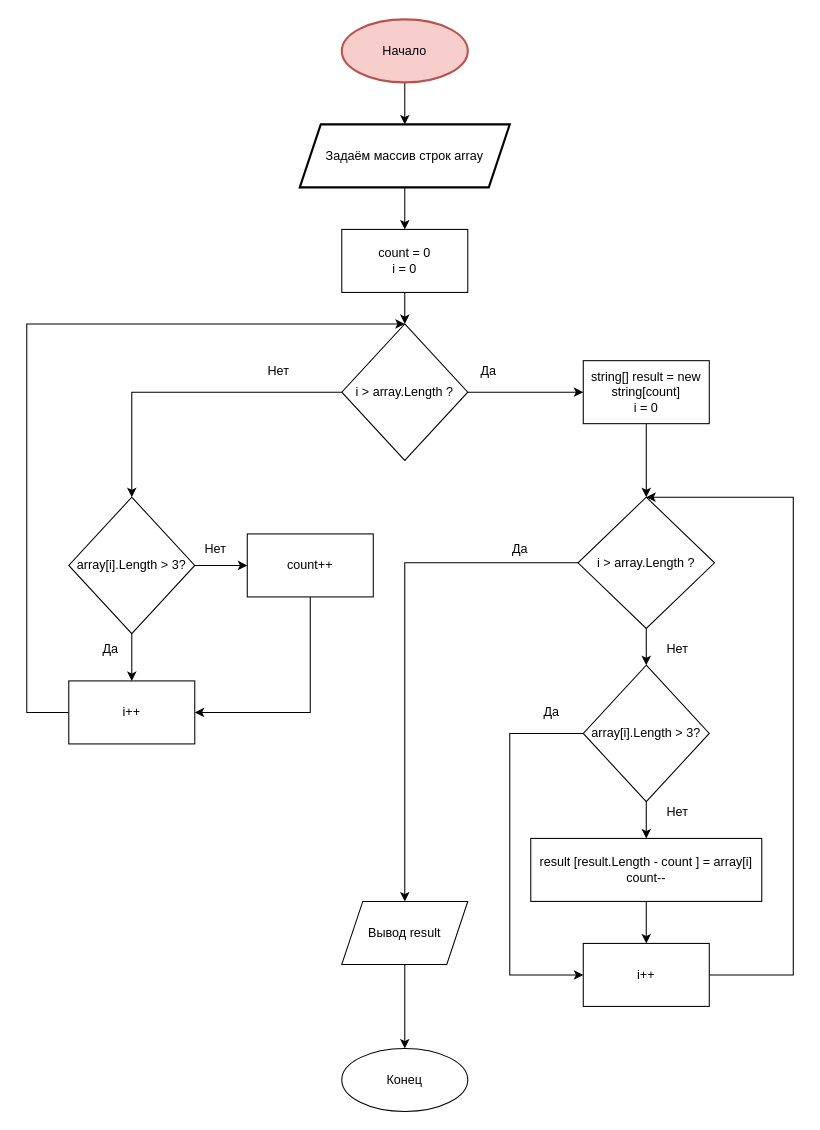
Above: FinalTask_diagram.drawio in wargie/Final-test-work (draw.io), before the change. Source tidied: cells renumbered, new cells numbered last; positions are measured from the earlier drawing's top-left corner, leaving out a move shared by most shapes. Both pictures are drawn from the tidied source at 105%, with x=0, y=0 at pixel (26, 19).
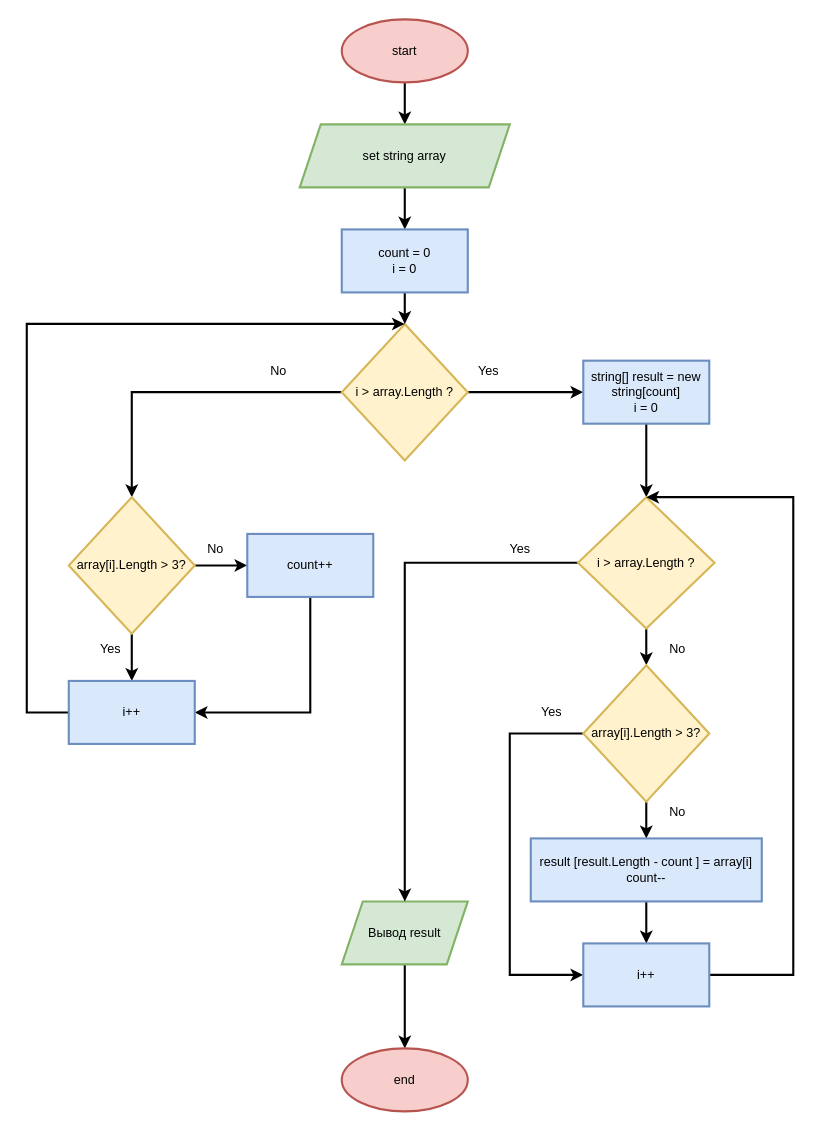
The same diagram, later.

Commit message:
Создана и отредактирована диаграмма решения итоговой задачи

Diff of the diagram source:
```diff
@@
-    <mxCell id="2" style="edgeStyle=orthogonalEdgeStyle;rounded=0;jettySize=auto;html=1;" parent="1" edge="1" source="3" target="5">
+    <mxCell id="2" style="edgeStyle=orthogonalEdgeStyle;rounded=0;jettySize=auto;html=1;strokeWidth=2;" parent="1" edge="1" source="3" target="5">
       <mxGeometry relative="1" as="geometry" />
     </mxCell>
-    <mxCell id="3" value="Начало" style="ellipse;whiteSpace=wrap;html=1;strokeWidth=2;fillColor=#f8cecc;strokeColor=#b85450;" parent="1" vertex="1">
+    <mxCell id="3" value="start" style="ellipse;whiteSpace=wrap;html=1;strokeWidth=2;fillColor=#f8cecc;strokeColor=#b85450;" parent="1" vertex="1">
       <mxGeometry x="300" width="120" height="60" as="geometry" />
     </mxCell>
-    <mxCell id="4" style="edgeStyle=orthogonalEdgeStyle;rounded=0;jettySize=auto;html=1;" parent="1" edge="1" source="5" target="10">
+    <mxCell id="4" style="edgeStyle=orthogonalEdgeStyle;rounded=0;jettySize=auto;html=1;strokeWidth=2;" parent="1" edge="1" source="5" target="10">
       <mxGeometry relative="1" as="geometry" />
     </mxCell>
-    <mxCell id="5" value="Задаём массив строк array" style="shape=parallelogram;perimeter=parallelogramPerimeter;whiteSpace=wrap;html=1;fixedSize=1;strokeWidth=2;" parent="1" vertex="1">
+    <mxCell id="5" value="set string array" style="shape=parallelogram;perimeter=parallelogramPerimeter;whiteSpace=wrap;html=1;fixedSize=1;strokeWidth=2;fillColor=#d5e8d4;strokeColor=#82b366;" parent="1" vertex="1">
       <mxGeometry x="260" y="100" width="200" height="60" as="geometry" />
     </mxCell>
-    <mxCell id="6" style="edgeStyle=orthogonalEdgeStyle;rounded=0;jettySize=auto;html=1;" parent="1" edge="1" source="8" target="22">
+    <mxCell id="6" style="edgeStyle=orthogonalEdgeStyle;rounded=0;jettySize=auto;html=1;strokeWidth=2;" parent="1" edge="1" source="8" target="22">
       <mxGeometry relative="1" as="geometry" />
     </mxCell>
-    <mxCell id="7" style="edgeStyle=orthogonalEdgeStyle;rounded=0;jettySize=auto;html=1;exitX=0;exitY=0.5;exitDx=0;exitDy=0;entryX=0.5;entryY=0;entryDx=0;entryDy=0;" parent="1" edge="1" source="8" target="14">
+    <mxCell id="7" style="edgeStyle=orthogonalEdgeStyle;rounded=0;jettySize=auto;html=1;exitX=0;exitY=0.5;exitDx=0;exitDy=0;entryX=0.5;entryY=0;entryDx=0;entryDy=0;strokeWidth=2;" parent="1" edge="1" source="8" target="14">
       <mxGeometry relative="1" as="geometry" />
     </mxCell>
-    <mxCell id="8" value="i &amp;gt; array.Length ?" style="rhombus;whiteSpace=wrap;html=1;" parent="1" vertex="1">
+    <mxCell id="8" value="i &amp;gt; array.Length ?" style="rhombus;whiteSpace=wrap;html=1;strokeWidth=2;fillColor=#fff2cc;strokeColor=#d6b656;" parent="1" vertex="1">
       <mxGeometry x="300" y="290" width="120" height="130" as="geometry" />
     </mxCell>
-    <mxCell id="9" style="edgeStyle=orthogonalEdgeStyle;rounded=0;jettySize=auto;html=1;" parent="1" edge="1" source="10" target="8">
+    <mxCell id="9" style="edgeStyle=orthogonalEdgeStyle;rounded=0;jettySize=auto;html=1;strokeWidth=2;" parent="1" edge="1" source="10" target="8">
       <mxGeometry relative="1" as="geometry" />
     </mxCell>
-    <mxCell id="10" value="count = 0&lt;br&gt;i = 0" style="rounded=0;whiteSpace=wrap;html=1;" parent="1" vertex="1">
+    <mxCell id="10" value="count = 0&lt;br&gt;i = 0" style="rounded=0;whiteSpace=wrap;html=1;strokeWidth=2;fillColor=#dae8fc;strokeColor=#6c8ebf;" parent="1" vertex="1">
       <mxGeometry x="300" y="200" width="120" height="60" as="geometry" />
     </mxCell>
-    <mxCell id="11" value="Нет" style="text;html=1;strokeColor=none;fillColor=none;align=center;verticalAlign=middle;whiteSpace=wrap;rounded=0;" parent="1" vertex="1">
+    <mxCell id="11" value="No" style="text;html=1;strokeColor=none;fillColor=none;align=center;verticalAlign=middle;whiteSpace=wrap;rounded=0;strokeWidth=2;" parent="1" vertex="1">
       <mxGeometry x="210" y="320" width="60" height="30" as="geometry" />
     </mxCell>
-    <mxCell id="12" style="edgeStyle=orthogonalEdgeStyle;rounded=0;jettySize=auto;html=1;entryX=0;entryY=0.5;entryDx=0;entryDy=0;" parent="1" edge="1" source="14" target="16">
+    <mxCell id="12" style="edgeStyle=orthogonalEdgeStyle;rounded=0;jettySize=auto;html=1;entryX=0;entryY=0.5;entryDx=0;entryDy=0;strokeWidth=2;" parent="1" edge="1" source="14" target="16">
       <mxGeometry relative="1" as="geometry" />
     </mxCell>
-    <mxCell id="13" style="edgeStyle=orthogonalEdgeStyle;rounded=0;jettySize=auto;html=1;exitX=0.5;exitY=1;exitDx=0;exitDy=0;" parent="1" edge="1" source="14" target="27">
+    <mxCell id="13" style="edgeStyle=orthogonalEdgeStyle;rounded=0;jettySize=auto;html=1;exitX=0.5;exitY=1;exitDx=0;exitDy=0;strokeWidth=2;" parent="1" edge="1" source="14" target="27">
       <mxGeometry relative="1" as="geometry" />
     </mxCell>
-    <mxCell id="14" value="array[i].Length &amp;gt; 3?" style="rhombus;whiteSpace=wrap;html=1;" parent="1" vertex="1">
+    <mxCell id="14" value="array[i].Length &amp;gt; 3?" style="rhombus;whiteSpace=wrap;html=1;strokeWidth=2;fillColor=#fff2cc;strokeColor=#d6b656;" parent="1" vertex="1">
       <mxGeometry x="40" y="455" width="120" height="130" as="geometry" />
     </mxCell>
-    <mxCell id="15" style="edgeStyle=orthogonalEdgeStyle;rounded=0;jettySize=auto;html=1;exitX=0.5;exitY=1;exitDx=0;exitDy=0;entryX=1;entryY=0.5;entryDx=0;entryDy=0;" parent="1" edge="1" source="16" target="27">
+    <mxCell id="15" style="edgeStyle=orthogonalEdgeStyle;rounded=0;jettySize=auto;html=1;exitX=0.5;exitY=1;exitDx=0;exitDy=0;entryX=1;entryY=0.5;entryDx=0;entryDy=0;strokeWidth=2;" parent="1" edge="1" source="16" target="27">
       <mxGeometry relative="1" as="geometry" />
     </mxCell>
-    <mxCell id="16" value="count++" style="whiteSpace=wrap;html=1;" parent="1" vertex="1">
+    <mxCell id="16" value="count++" style="whiteSpace=wrap;html=1;strokeWidth=2;fillColor=#dae8fc;strokeColor=#6c8ebf;" parent="1" vertex="1">
       <mxGeometry x="210" y="490" width="120" height="60" as="geometry" />
     </mxCell>
-    <mxCell id="17" value="Нет" style="text;html=1;strokeColor=none;fillColor=none;align=center;verticalAlign=middle;whiteSpace=wrap;rounded=0;" parent="1" vertex="1">
+    <mxCell id="17" value="No" style="text;html=1;strokeColor=none;fillColor=none;align=center;verticalAlign=middle;whiteSpace=wrap;rounded=0;strokeWidth=2;" parent="1" vertex="1">
       <mxGeometry x="150" y="490" width="60" height="30" as="geometry" />
     </mxCell>
-    <mxCell id="18" style="edgeStyle=orthogonalEdgeStyle;rounded=0;jettySize=auto;html=1;" parent="1" edge="1" source="19" target="20">
+    <mxCell id="18" style="edgeStyle=orthogonalEdgeStyle;rounded=0;jettySize=auto;html=1;strokeWidth=2;" parent="1" edge="1" source="19" target="20">
       <mxGeometry relative="1" as="geometry" />
     </mxCell>
-    <mxCell id="19" value="Вывод result" style="shape=parallelogram;perimeter=parallelogramPerimeter;whiteSpace=wrap;html=1;fixedSize=1;" parent="1" vertex="1">
+    <mxCell id="19" value="Вывод result" style="shape=parallelogram;perimeter=parallelogramPerimeter;whiteSpace=wrap;html=1;fixedSize=1;strokeWidth=2;fillColor=#d5e8d4;strokeColor=#82b366;" parent="1" vertex="1">
       <mxGeometry x="300" y="840" width="120" height="60" as="geometry" />
     </mxCell>
-    <mxCell id="20" value="Конец" style="ellipse;whiteSpace=wrap;html=1;" parent="1" vertex="1">
+    <mxCell id="20" value="end" style="ellipse;whiteSpace=wrap;html=1;fillColor=#f8cecc;strokeColor=#b85450;strokeWidth=2;" parent="1" vertex="1">
       <mxGeometry x="300" y="980" width="120" height="60" as="geometry" />
     </mxCell>
-    <mxCell id="21" style="edgeStyle=orthogonalEdgeStyle;rounded=0;jettySize=auto;html=1;" parent="1" edge="1" source="22" target="25">
+    <mxCell id="21" style="edgeStyle=orthogonalEdgeStyle;rounded=0;jettySize=auto;html=1;strokeWidth=2;" parent="1" edge="1" source="22" target="25">
       <mxGeometry relative="1" as="geometry" />
     </mxCell>
-    <mxCell id="22" value="string[] result = new string[count]&lt;br&gt;i = 0" style="whiteSpace=wrap;html=1;" parent="1" vertex="1">
+    <mxCell id="22" value="string[] result = new string[count]&lt;br&gt;i = 0" style="whiteSpace=wrap;html=1;strokeWidth=2;fillColor=#dae8fc;strokeColor=#6c8ebf;" parent="1" vertex="1">
       <mxGeometry x="530" y="325" width="120" height="60" as="geometry" />
     </mxCell>
-    <mxCell id="23" style="edgeStyle=orthogonalEdgeStyle;rounded=0;jettySize=auto;html=1;" parent="1" edge="1" source="25" target="19">
+    <mxCell id="23" style="edgeStyle=orthogonalEdgeStyle;rounded=0;jettySize=auto;html=1;strokeWidth=2;" parent="1" edge="1" source="25" target="19">
       <mxGeometry relative="1" as="geometry" />
     </mxCell>
-    <mxCell id="24" style="edgeStyle=orthogonalEdgeStyle;rounded=0;jettySize=auto;html=1;exitX=0.5;exitY=1;exitDx=0;exitDy=0;" parent="1" edge="1" source="25" target="33">
+    <mxCell id="24" style="edgeStyle=orthogonalEdgeStyle;rounded=0;jettySize=auto;html=1;exitX=0.5;exitY=1;exitDx=0;exitDy=0;strokeWidth=2;" parent="1" edge="1" source="25" target="33">
       <mxGeometry relative="1" as="geometry" />
     </mxCell>
-    <mxCell id="25" value="&lt;span&gt;i &amp;gt; array.Length ?&lt;/span&gt;" style="rhombus;whiteSpace=wrap;html=1;" parent="1" vertex="1">
+    <mxCell id="25" value="&lt;span&gt;i &amp;gt; array.Length ?&lt;/span&gt;" style="rhombus;whiteSpace=wrap;html=1;strokeWidth=2;fillColor=#fff2cc;strokeColor=#d6b656;" parent="1" vertex="1">
       <mxGeometry x="525" y="455" width="130" height="125" as="geometry" />
     </mxCell>
-    <mxCell id="26" style="edgeStyle=orthogonalEdgeStyle;rounded=0;jettySize=auto;html=1;entryX=0.5;entryY=0;entryDx=0;entryDy=0;" parent="1" edge="1" source="27" target="8">
+    <mxCell id="26" style="edgeStyle=orthogonalEdgeStyle;rounded=0;jettySize=auto;html=1;entryX=0.5;entryY=0;entryDx=0;entryDy=0;strokeWidth=2;" parent="1" edge="1" source="27" target="8">
       <mxGeometry relative="1" as="geometry">
         <Array as="points">
           <mxPoint y="660" />
           <mxPoint y="290" />
         </Array>
       </mxGeometry>
     </mxCell>
-    <mxCell id="27" value="i++" style="whiteSpace=wrap;html=1;" parent="1" vertex="1">
+    <mxCell id="27" value="i++" style="whiteSpace=wrap;html=1;strokeWidth=2;fillColor=#dae8fc;strokeColor=#6c8ebf;" parent="1" vertex="1">
       <mxGeometry x="40" y="630" width="120" height="60" as="geometry" />
     </mxCell>
-    <mxCell id="28" value="Да" style="text;html=1;strokeColor=none;fillColor=none;align=center;verticalAlign=middle;whiteSpace=wrap;rounded=0;" parent="1" vertex="1">
+    <mxCell id="28" value="Yes" style="text;html=1;strokeColor=none;fillColor=none;align=center;verticalAlign=middle;whiteSpace=wrap;rounded=0;strokeWidth=2;" parent="1" vertex="1">
       <mxGeometry x="50" y="585" width="60" height="30" as="geometry" />
     </mxCell>
-    <mxCell id="29" value="Да" style="text;html=1;strokeColor=none;fillColor=none;align=center;verticalAlign=middle;whiteSpace=wrap;rounded=0;" parent="1" vertex="1">
+    <mxCell id="29" value="Yes" style="text;html=1;strokeColor=none;fillColor=none;align=center;verticalAlign=middle;whiteSpace=wrap;rounded=0;strokeWidth=2;" parent="1" vertex="1">
       <mxGeometry x="410" y="320" width="60" height="30" as="geometry" />
     </mxCell>
-    <mxCell id="30" value="Да" style="text;html=1;strokeColor=none;fillColor=none;align=center;verticalAlign=middle;whiteSpace=wrap;rounded=0;" parent="1" vertex="1">
+    <mxCell id="30" value="Yes" style="text;html=1;strokeColor=none;fillColor=none;align=center;verticalAlign=middle;whiteSpace=wrap;rounded=0;strokeWidth=2;" parent="1" vertex="1">
       <mxGeometry x="440" y="490" width="60" height="30" as="geometry" />
     </mxCell>
-    <mxCell id="31" style="edgeStyle=orthogonalEdgeStyle;rounded=0;jettySize=auto;html=1;entryX=0.5;entryY=0;entryDx=0;entryDy=0;" parent="1" edge="1" source="33" target="35">
+    <mxCell id="31" style="edgeStyle=orthogonalEdgeStyle;rounded=0;jettySize=auto;html=1;entryX=0.5;entryY=0;entryDx=0;entryDy=0;strokeWidth=2;" parent="1" edge="1" source="33" target="35">
       <mxGeometry relative="1" as="geometry" />
     </mxCell>
-    <mxCell id="32" style="edgeStyle=orthogonalEdgeStyle;rounded=0;jettySize=auto;html=1;entryX=0;entryY=0.5;entryDx=0;entryDy=0;" parent="1" edge="1" source="33" target="38">
+    <mxCell id="32" style="edgeStyle=orthogonalEdgeStyle;rounded=0;jettySize=auto;html=1;entryX=0;entryY=0.5;entryDx=0;entryDy=0;strokeWidth=2;" parent="1" edge="1" source="33" target="38">
       <mxGeometry relative="1" as="geometry">
         <Array as="points">
           <mxPoint x="460" y="680" />
           <mxPoint x="460" y="910" />
         </Array>
       </mxGeometry>
     </mxCell>
-    <mxCell id="33" value="array[i].Length &amp;gt; 3?" style="rhombus;whiteSpace=wrap;html=1;" parent="1" vertex="1">
+    <mxCell id="33" value="array[i].Length &amp;gt; 3?" style="rhombus;whiteSpace=wrap;html=1;strokeWidth=2;fillColor=#fff2cc;strokeColor=#d6b656;" parent="1" vertex="1">
       <mxGeometry x="530" y="615" width="120" height="130" as="geometry" />
     </mxCell>
-    <mxCell id="34" style="edgeStyle=orthogonalEdgeStyle;rounded=0;jettySize=auto;html=1;exitX=0.5;exitY=1;exitDx=0;exitDy=0;entryX=0.5;entryY=0;entryDx=0;entryDy=0;" parent="1" edge="1" source="35" target="38">
+    <mxCell id="34" style="edgeStyle=orthogonalEdgeStyle;rounded=0;jettySize=auto;html=1;exitX=0.5;exitY=1;exitDx=0;exitDy=0;entryX=0.5;entryY=0;entryDx=0;entryDy=0;strokeWidth=2;" parent="1" edge="1" source="35" target="38">
       <mxGeometry relative="1" as="geometry" />
     </mxCell>
-    <mxCell id="35" value="result [result.Length - count ] = array[i]&lt;br&gt;count--" style="whiteSpace=wrap;html=1;" parent="1" vertex="1">
+    <mxCell id="35" value="result [result.Length - count ] = array[i]&lt;br&gt;count--" style="whiteSpace=wrap;html=1;strokeWidth=2;fillColor=#dae8fc;strokeColor=#6c8ebf;" parent="1" vertex="1">
       <mxGeometry x="480" y="780" width="220" height="60" as="geometry" />
     </mxCell>
-    <mxCell id="36" value="Нет" style="text;html=1;strokeColor=none;fillColor=none;align=center;verticalAlign=middle;whiteSpace=wrap;rounded=0;" parent="1" vertex="1">
+    <mxCell id="36" value="No" style="text;html=1;strokeColor=none;fillColor=none;align=center;verticalAlign=middle;whiteSpace=wrap;rounded=0;strokeWidth=2;" parent="1" vertex="1">
       <mxGeometry x="590" y="585" width="60" height="30" as="geometry" />
     </mxCell>
-    <mxCell id="37" style="edgeStyle=orthogonalEdgeStyle;rounded=0;jettySize=auto;html=1;exitX=1;exitY=0.5;exitDx=0;exitDy=0;entryX=0.5;entryY=0;entryDx=0;entryDy=0;" parent="1" edge="1" source="38" target="25">
+    <mxCell id="37" style="edgeStyle=orthogonalEdgeStyle;rounded=0;jettySize=auto;html=1;exitX=1;exitY=0.5;exitDx=0;exitDy=0;entryX=0.5;entryY=0;entryDx=0;entryDy=0;strokeWidth=2;" parent="1" edge="1" source="38" target="25">
       <mxGeometry relative="1" as="geometry">
         <Array as="points">
           <mxPoint x="730" y="910" />
           <mxPoint x="730" y="455" />
         </Array>
       </mxGeometry>
     </mxCell>
-    <mxCell id="38" value="i++" style="whiteSpace=wrap;html=1;" parent="1" vertex="1">
+    <mxCell id="38" value="i++" style="whiteSpace=wrap;html=1;strokeWidth=2;fillColor=#dae8fc;strokeColor=#6c8ebf;" parent="1" vertex="1">
       <mxGeometry x="530" y="880" width="120" height="60" as="geometry" />
     </mxCell>
-    <mxCell id="39" value="Нет" style="text;html=1;strokeColor=none;fillColor=none;align=center;verticalAlign=middle;whiteSpace=wrap;rounded=0;" parent="1" vertex="1">
+    <mxCell id="39" value="No" style="text;html=1;strokeColor=none;fillColor=none;align=center;verticalAlign=middle;whiteSpace=wrap;rounded=0;strokeWidth=2;" parent="1" vertex="1">
       <mxGeometry x="590" y="740" width="60" height="30" as="geometry" />
     </mxCell>
-    <mxCell id="40" value="Да" style="text;html=1;strokeColor=none;fillColor=none;align=center;verticalAlign=middle;whiteSpace=wrap;rounded=0;" parent="1" vertex="1">
+    <mxCell id="40" value="Yes" style="text;html=1;strokeColor=none;fillColor=none;align=center;verticalAlign=middle;whiteSpace=wrap;rounded=0;strokeWidth=2;" parent="1" vertex="1">
       <mxGeometry x="470" y="645" width="60" height="30" as="geometry" />
     </mxCell>
```
